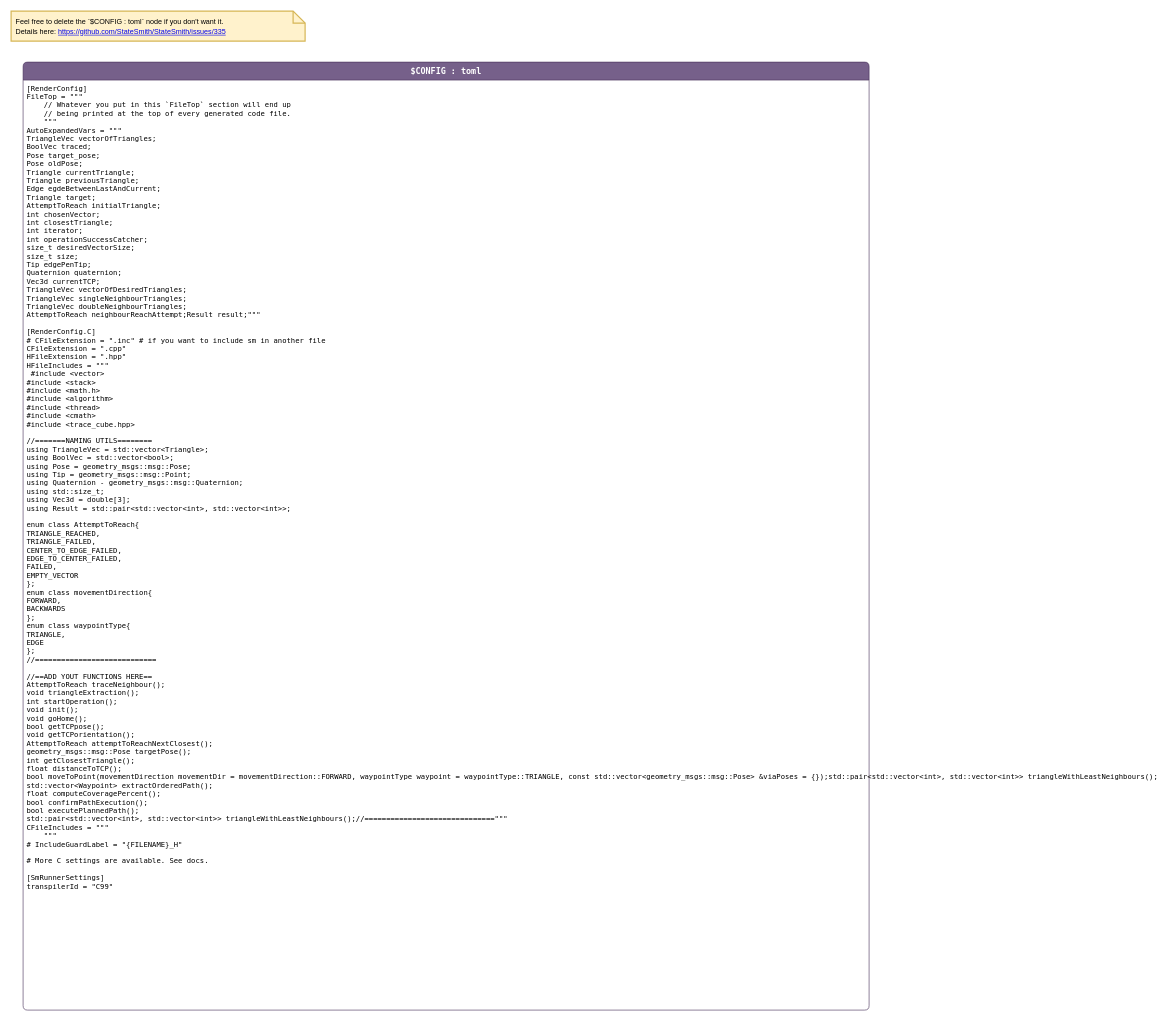
The draw.io diagram page "config" (2 of 3) of stateMachineIKU/tracingStateMachine.drawio in shauryachanana/ur5e_surface_path, before the edit. Source tidied: cells renumbered, new cells numbered last; positions are measured from the earlier drawing's top-left corner, leaving out a move shared by most shapes. Both pictures are drawn from the tidied source at 60%, with x=0, y=0 at pixel (11, 11).
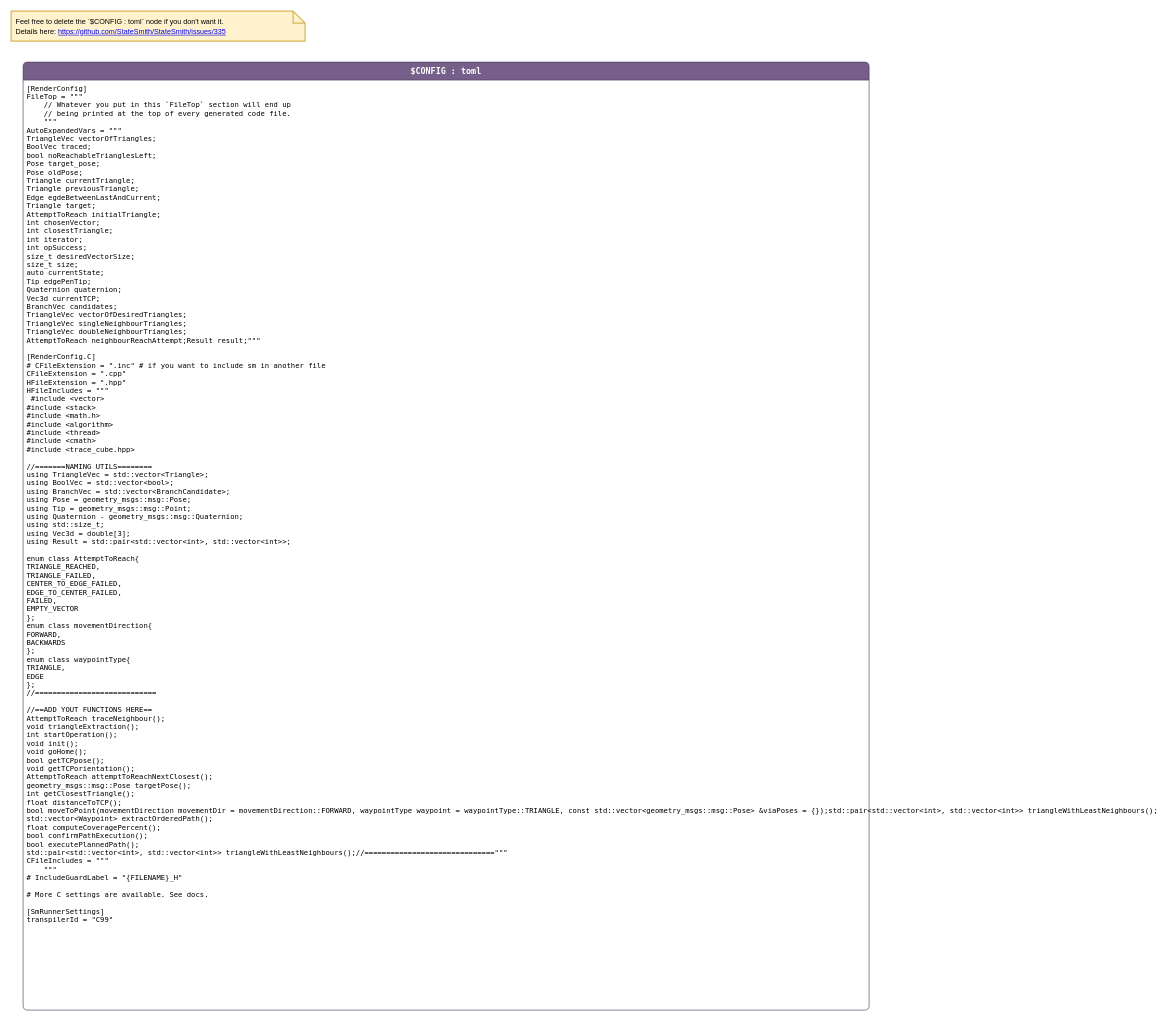
After the change.

Diff of the diagram source:
```diff
@@
 <mxGraphModel>
   <root>
     <mxCell id="0" />
     <mxCell id="1" parent="0" />
     <mxCell id="2" value="$CONFIG : toml" style="shape=swimlane;align=center;verticalAlign=top;fontFamily=Lucida Console;startSize=30;fontSize=14;fontStyle=1;swimlaneFillColor=default;rounded=1;arcSize=15;absoluteArcSize=1;fillColor=#76608a;strokeColor=#432D57;fontColor=#ffffff;" parent="1" vertex="1">
       <mxGeometry x="20" y="85" width="1410" height="1580" as="geometry" />
     </mxCell>
-    <mxCell id="3" value="[RenderConfig]&#10;FileTop = &quot;&quot;&quot;&#10;    // Whatever you put in this `FileTop` section will end up &#10;    // being printed at the top of every generated code file.&#10;    &quot;&quot;&quot;&#10;AutoExpandedVars = &quot;&quot;&quot;&#10;TriangleVec vectorOfTriangles; &#10;    BoolVec traced; &#10;    Pose target_pose; &#10;Pose oldPose;&#10;    Triangle currentTriangle;&#10;Triangle previousTriangle;&#10;Edge egdeBetweenLastAndCurrent; &#10;    Triangle target; &#10;    AttemptToReach initialTriangle; &#10;    int chosenVector;&#10;    int closestTriangle; &#10;    int iterator; &#10;    int operationSuccessCatcher; &#10;    size_t desiredVectorSize; &#10;    size_t size; &#10;Tip edgePenTip;&#10;Quaternion quaternion;&#10;    Vec3d currentTCP; &#10;    TriangleVec vectorOfDesiredTriangles; &#10;    TriangleVec singleNeighbourTriangles; &#10;    TriangleVec doubleNeighbourTriangles;&#10;AttemptToReach neighbourReachAttempt;Result result;&quot;&quot;&quot;&#10;&#10;[RenderConfig.C]&#10;# CFileExtension = &quot;.inc&quot; # if you want to include sm in another file&#10;CFileExtension = &quot;.cpp&quot;&#10;HFileExtension = &quot;.hpp&quot;&#10;HFileIncludes = &quot;&quot;&quot;&#10; #include &lt;vector&gt;&#10;#include &lt;stack&gt;&#10;#include &lt;math.h&gt;&#10;#include &lt;algorithm&gt;&#10;#include &lt;thread&gt;&#10;#include &lt;cmath&gt;   &#10;#include &lt;trace_cube.hpp&gt;&#10;&#10;//=======NAMING UTILS========&#10;using TriangleVec = std::vector&lt;Triangle&gt;;&#10;using BoolVec = std::vector&lt;bool&gt;;&#10;using Pose = geometry_msgs::msg::Pose;&#10;using Tip = geometry_msgs::msg::Point;&#10;using Quaternion - geometry_msgs::msg::Quaternion;&#10;using std::size_t;&#10;using Vec3d = double[3];&#10;using Result = std::pair&lt;std::vector&lt;int&gt;, std::vector&lt;int&gt;&gt;;&#10;&#10;enum class AttemptToReach{&#10;    TRIANGLE_REACHED,&#10;    TRIANGLE_FAILED,&#10;    CENTER_TO_EDGE_FAILED,&#10;    EDGE_TO_CENTER_FAILED,&#10;    FAILED,&#10;    EMPTY_VECTOR&#10;};&#10;enum class movementDirection{&#10;    FORWARD,&#10;    BACKWARDS&#10;};&#10;enum class waypointType{&#10;    TRIANGLE,&#10;    EDGE&#10;};&#10;//============================&#10;&#10;//==ADD YOUT FUNCTIONS HERE==&#10;AttemptToReach traceNeighbour();&#10;void triangleExtraction();&#10;int startOperation();&#10;void init();&#10;void goHome();&#10;bool getTCPpose();&#10;void getTCPorientation();&#10;AttemptToReach attemptToReachNextClosest();&#10;geometry_msgs::msg::Pose targetPose();&#10;int getClosestTriangle();&#10;float distanceToTCP();&#10;bool moveToPoint(movementDirection movementDir = movementDirection::FORWARD, waypointType waypoint = waypointType::TRIANGLE, const std::vector&lt;geometry_msgs::msg::Pose&gt; &amp;viaPoses = {});std::pair&lt;std::vector&lt;int&gt;, std::vector&lt;int&gt;&gt; triangleWithLeastNeighbours();&#10;std::vector&lt;Waypoint&gt; extractOrderedPath();&#10;float computeCoveragePercent();&#10;bool confirmPathExecution();&#10;bool executePlannedPath();&#10;std::pair&lt;std::vector&lt;int&gt;, std::vector&lt;int&gt;&gt; triangleWithLeastNeighbours();//==============================&quot;&quot;&quot;&#10;CFileIncludes = &quot;&quot;&quot;&#10;    &quot;&quot;&quot;&#10;# IncludeGuardLabel = &quot;{FILENAME}_H&quot;&#10;&#10;# More C settings are available. See docs.&#10;&#10;[SmRunnerSettings]&#10;transpilerId = &quot;C99&quot;" style="fontFamily=Lucida Console;align=left;verticalAlign=top;fillColor=none;gradientColor=none;strokeColor=none;rounded=0;spacingLeft=4;" parent="2" vertex="1">
-      <mxGeometry y="30" width="1410" height="1400" as="geometry" />
+    <mxCell id="3" value="[RenderConfig]&#10;FileTop = &quot;&quot;&quot;&#10;    // Whatever you put in this `FileTop` section will end up &#10;    // being printed at the top of every generated code file.&#10;    &quot;&quot;&quot;&#10;AutoExpandedVars = &quot;&quot;&quot;&#10;TriangleVec vectorOfTriangles; &#10;    BoolVec traced; &#10;bool noReachableTrianglesLeft;&#10;    Pose target_pose; &#10;Pose oldPose;&#10;    Triangle currentTriangle;&#10;Triangle previousTriangle;&#10;Edge egdeBetweenLastAndCurrent; &#10;    Triangle target; &#10;    AttemptToReach initialTriangle; &#10;    int chosenVector;&#10;    int closestTriangle; &#10;    int iterator; &#10;    int opSuccess; &#10;    size_t desiredVectorSize; &#10;    size_t size; &#10;auto currentState;&#10;Tip edgePenTip;&#10;Quaternion quaternion;&#10;    Vec3d currentTCP; &#10;BranchVec candidates;&#10;    TriangleVec vectorOfDesiredTriangles; &#10;    TriangleVec singleNeighbourTriangles; &#10;    TriangleVec doubleNeighbourTriangles;&#10;AttemptToReach neighbourReachAttempt;Result result;&quot;&quot;&quot;&#10;&#10;[RenderConfig.C]&#10;# CFileExtension = &quot;.inc&quot; # if you want to include sm in another file&#10;CFileExtension = &quot;.cpp&quot;&#10;HFileExtension = &quot;.hpp&quot;&#10;HFileIncludes = &quot;&quot;&quot;&#10; #include &lt;vector&gt;&#10;#include &lt;stack&gt;&#10;#include &lt;math.h&gt;&#10;#include &lt;algorithm&gt;&#10;#include &lt;thread&gt;&#10;#include &lt;cmath&gt;   &#10;#include &lt;trace_cube.hpp&gt;&#10;&#10;//=======NAMING UTILS========&#10;using TriangleVec = std::vector&lt;Triangle&gt;;&#10;using BoolVec = std::vector&lt;bool&gt;;&#10;using BranchVec = std::vector&lt;BranchCandidate&gt;;&#10;using Pose = geometry_msgs::msg::Pose;&#10;using Tip = geometry_msgs::msg::Point;&#10;using Quaternion - geometry_msgs::msg::Quaternion;&#10;using std::size_t;&#10;using Vec3d = double[3];&#10;using Result = std::pair&lt;std::vector&lt;int&gt;, std::vector&lt;int&gt;&gt;;&#10;&#10;enum class AttemptToReach{&#10;    TRIANGLE_REACHED,&#10;    TRIANGLE_FAILED,&#10;    CENTER_TO_EDGE_FAILED,&#10;    EDGE_TO_CENTER_FAILED,&#10;    FAILED,&#10;    EMPTY_VECTOR&#10;};&#10;enum class movementDirection{&#10;    FORWARD,&#10;    BACKWARDS&#10;};&#10;enum class waypointType{&#10;    TRIANGLE,&#10;    EDGE&#10;};&#10;//============================&#10;&#10;//==ADD YOUT FUNCTIONS HERE==&#10;AttemptToReach traceNeighbour();&#10;void triangleExtraction();&#10;int startOperation();&#10;void init();&#10;void goHome();&#10;bool getTCPpose();&#10;void getTCPorientation();&#10;AttemptToReach attemptToReachNextClosest();&#10;geometry_msgs::msg::Pose targetPose();&#10;int getClosestTriangle();&#10;float distanceToTCP();&#10;bool moveToPoint(movementDirection movementDir = movementDirection::FORWARD, waypointType waypoint = waypointType::TRIANGLE, const std::vector&lt;geometry_msgs::msg::Pose&gt; &amp;viaPoses = {});std::pair&lt;std::vector&lt;int&gt;, std::vector&lt;int&gt;&gt; triangleWithLeastNeighbours();&#10;std::vector&lt;Waypoint&gt; extractOrderedPath();&#10;float computeCoveragePercent();&#10;bool confirmPathExecution();&#10;bool executePlannedPath();&#10;std::pair&lt;std::vector&lt;int&gt;, std::vector&lt;int&gt;&gt; triangleWithLeastNeighbours();//==============================&quot;&quot;&quot;&#10;CFileIncludes = &quot;&quot;&quot;&#10;    &quot;&quot;&quot;&#10;# IncludeGuardLabel = &quot;{FILENAME}_H&quot;&#10;&#10;# More C settings are available. See docs.&#10;&#10;[SmRunnerSettings]&#10;transpilerId = &quot;C99&quot;" style="fontFamily=Lucida Console;align=left;verticalAlign=top;fillColor=none;gradientColor=none;strokeColor=none;rounded=0;spacingLeft=4;" parent="2" vertex="1">
+      <mxGeometry y="30" width="1410" height="1450" as="geometry" />
     </mxCell>
     <mxCell id="4" value="&lt;span style=&quot;color: rgb(0, 0, 0); font-size: 12px;&quot;&gt;Feel free to delete the `$CONFIG : toml` node if you don't want it.&lt;/span&gt;&lt;br style=&quot;color: rgb(0, 0, 0); font-size: 12px;&quot;&gt;&lt;span style=&quot;color: rgb(0, 0, 0); font-size: 12px;&quot;&gt;Details here:&amp;nbsp;&lt;/span&gt;&lt;a style=&quot;font-size: 12px;&quot; href=&quot;https://github.com/StateSmith/StateSmith/issues/335&quot;&gt;https://github.com/StateSmith/StateSmith/issues/335&lt;/a&gt;" style="shape=note;strokeWidth=2;fontSize=14;size=20;whiteSpace=wrap;html=1;fillColor=#fff2cc;strokeColor=#d6b656;fontColor=#2B2B00;align=left;spacingLeft=6;" parent="1" vertex="1">
       <mxGeometry width="490" height="50" as="geometry" />
     </mxCell>
   </root>
 </mxGraphModel>
```
